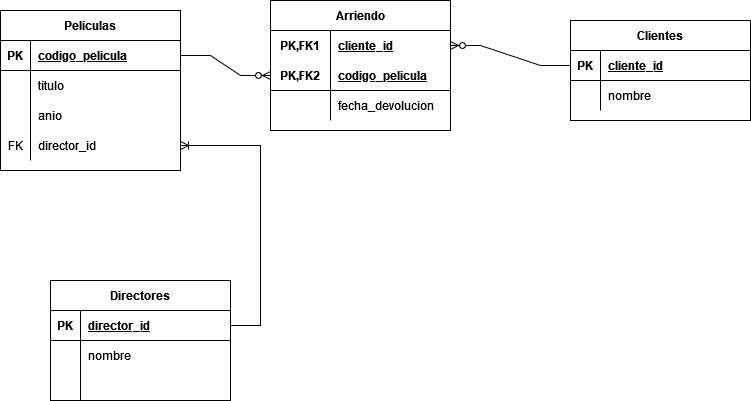
The draw.io diagram 2FN.png in Al-Sagredo/Normalizacion, before a commit. Source tidied: cells renumbered, new cells last; positions are measured from the earlier drawing's top-left corner, leaving out a move shared by most shapes.
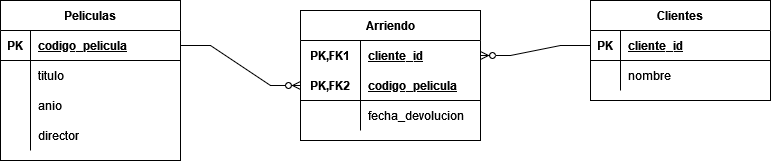
After the change.

The edit, as a diff of the source:
```diff
@@ -3,7 +3,7 @@
     <mxCell id="0" />
     <mxCell id="1" parent="0" />
     <mxCell id="2" value="Arriendo" style="shape=table;startSize=30;rowLines=0;fontStyle=1;align=center;" parent="1" vertex="1">
-      <mxGeometry x="270" width="180" height="130" as="geometry" />
+      <mxGeometry x="300" y="20" width="180" height="130" as="geometry" />
     </mxCell>
     <mxCell id="3" style="shape=tableRow;horizontal=0;startSize=0;swimlaneHead=0;swimlaneBody=0;fillColor=none;points=[[0,0.5],[1,0.5]];portConstraint=eastwest;top=0;left=0;right=0;bottom=0;" parent="2" vertex="1">
       <mxGeometry y="30" width="180" height="30" as="geometry" />
@@ -65,14 +65,14 @@
     <mxCell id="22" style="shape=tableRow;horizontal=0;startSize=0;swimlaneHead=0;swimlaneBody=0;fillColor=none;points=[[0,0.5],[1,0.5]];portConstraint=eastwest;top=0;left=0;right=0;bottom=0;" parent="12" vertex="1">
       <mxGeometry y="120" width="180" height="30" as="geometry" />
     </mxCell>
-    <mxCell id="23" value="FK" style="shape=partialRectangle;fillColor=none;top=0;left=0;bottom=0;right=0;fontStyle=0;overflow=hidden;" parent="22" vertex="1">
+    <mxCell id="23" style="shape=partialRectangle;fillColor=none;top=0;left=0;bottom=0;right=0;fontStyle=0;overflow=hidden;" parent="22" vertex="1">
       <mxGeometry width="30" height="30" as="geometry" />
     </mxCell>
-    <mxCell id="24" value="director_id" style="shape=partialRectangle;fillColor=none;top=0;left=0;bottom=0;right=0;align=left;spacingLeft=6;fontStyle=0;overflow=hidden;" parent="22" vertex="1">
+    <mxCell id="24" value="director" style="shape=partialRectangle;fillColor=none;top=0;left=0;bottom=0;right=0;align=left;spacingLeft=6;fontStyle=0;overflow=hidden;" parent="22" vertex="1">
       <mxGeometry x="30" width="150" height="30" as="geometry" />
     </mxCell>
     <mxCell id="25" value="Clientes" style="shape=table;startSize=30;rowLines=0;fontStyle=1;align=center;" parent="1" vertex="1">
-      <mxGeometry x="570" y="20" width="180" height="100" as="geometry" />
+      <mxGeometry x="590" y="10" width="180" height="100" as="geometry" />
     </mxCell>
     <mxCell id="26" style="shape=tableRow;horizontal=0;startSize=0;swimlaneHead=0;swimlaneBody=0;fillColor=none;points=[[0,0.5],[1,0.5]];portConstraint=eastwest;top=0;left=0;right=0;bottom=1;" parent="25" vertex="1">
       <mxGeometry y="30" width="180" height="30" as="geometry" />
@@ -92,44 +92,11 @@
     <mxCell id="31" value="nombre" style="shape=partialRectangle;fillColor=none;top=0;left=0;bottom=0;right=0;align=left;spacingLeft=6;overflow=hidden;" parent="29" vertex="1">
       <mxGeometry x="30" width="150" height="30" as="geometry" />
     </mxCell>
-    <mxCell id="32" value="Directores" style="shape=table;startSize=30;rowLines=0;fontStyle=1;align=center;" parent="1" vertex="1">
-      <mxGeometry x="50" y="280" width="180" height="120" as="geometry" />
-    </mxCell>
-    <mxCell id="33" style="shape=tableRow;horizontal=0;startSize=0;swimlaneHead=0;swimlaneBody=0;fillColor=none;points=[[0,0.5],[1,0.5]];portConstraint=eastwest;top=0;left=0;right=0;bottom=1;" parent="32" vertex="1">
-      <mxGeometry y="30" width="180" height="30" as="geometry" />
-    </mxCell>
-    <mxCell id="34" value="PK" style="shape=partialRectangle;fillColor=none;top=0;left=0;bottom=0;right=0;fontStyle=1;overflow=hidden;" parent="33" vertex="1">
-      <mxGeometry width="30" height="30" as="geometry" />
-    </mxCell>
-    <mxCell id="35" value="director_id" style="shape=partialRectangle;fillColor=none;top=0;left=0;bottom=0;right=0;align=left;spacingLeft=6;fontStyle=5;overflow=hidden;" parent="33" vertex="1">
-      <mxGeometry x="30" width="150" height="30" as="geometry" />
-    </mxCell>
-    <mxCell id="36" style="shape=tableRow;horizontal=0;startSize=0;swimlaneHead=0;swimlaneBody=0;fillColor=none;top=0;left=0;right=0;bottom=0;" parent="32" vertex="1">
-      <mxGeometry y="60" width="180" height="30" as="geometry" />
-    </mxCell>
-    <mxCell id="37" style="shape=partialRectangle;fillColor=none;top=0;left=0;bottom=0;right=0;overflow=hidden;" parent="36" vertex="1">
-      <mxGeometry width="30" height="30" as="geometry" />
-    </mxCell>
-    <mxCell id="38" value="nombre" style="shape=partialRectangle;fillColor=none;top=0;left=0;bottom=0;right=0;align=left;spacingLeft=6;overflow=hidden;" parent="36" vertex="1">
-      <mxGeometry x="30" width="150" height="30" as="geometry" />
-    </mxCell>
-    <mxCell id="39" style="shape=tableRow;horizontal=0;startSize=0;swimlaneHead=0;swimlaneBody=0;fillColor=none;top=0;left=0;right=0;bottom=0;" parent="32" vertex="1">
-      <mxGeometry y="90" width="180" height="30" as="geometry" />
-    </mxCell>
-    <mxCell id="40" style="shape=partialRectangle;fillColor=none;top=0;left=0;bottom=0;right=0;overflow=hidden;" parent="39" vertex="1">
-      <mxGeometry width="30" height="30" as="geometry" />
-    </mxCell>
-    <mxCell id="41" style="shape=partialRectangle;fillColor=none;top=0;left=0;bottom=0;right=0;align=left;spacingLeft=6;overflow=hidden;" parent="39" vertex="1">
-      <mxGeometry x="30" width="150" height="30" as="geometry" />
-    </mxCell>
     <mxCell id="42" style="edgeStyle=entityRelationEdgeStyle;fontSize=12;html=1;endArrow=ERzeroToMany;endFill=1;rounded=0;" parent="1" edge="1" source="13" target="6">
       <mxGeometry relative="1" as="geometry" />
     </mxCell>
     <mxCell id="43" style="edgeStyle=entityRelationEdgeStyle;fontSize=12;html=1;endArrow=ERzeroToMany;endFill=1;rounded=0;" parent="1" edge="1" source="26" target="3">
       <mxGeometry relative="1" as="geometry" />
     </mxCell>
-    <mxCell id="44" style="edgeStyle=entityRelationEdgeStyle;fontSize=12;html=1;endArrow=ERoneToMany;rounded=0;" parent="1" edge="1" source="33" target="22">
-      <mxGeometry relative="1" as="geometry" />
-    </mxCell>
   </root>
 </mxGraphModel>
```
